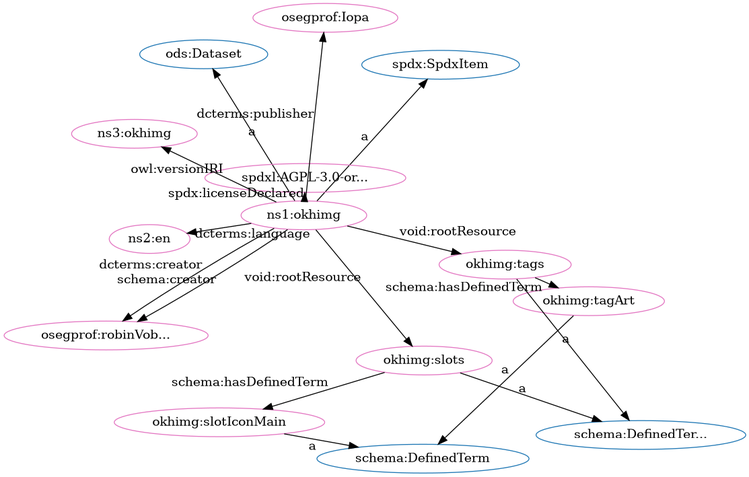
Above: src/spec/fdp_okh-img.png in iop-alliance/OpenKnowHow (Graphviz), before the change. Its source is kept beside it as src/spec/fdp_okh-img.dot.
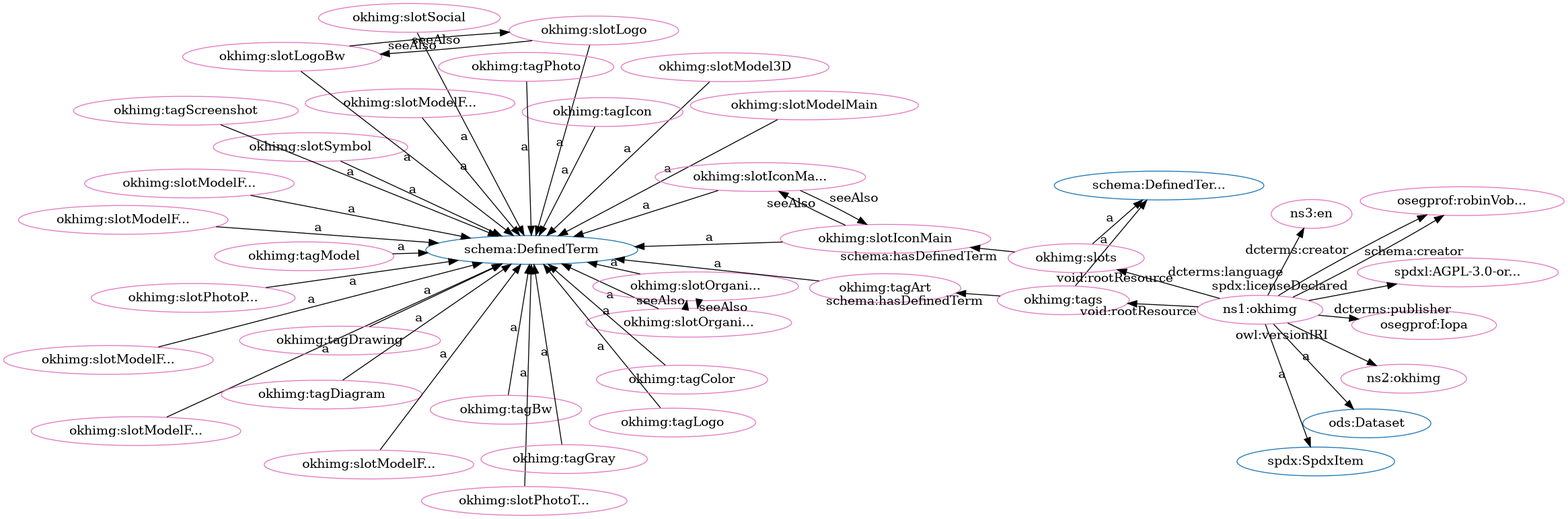
Above is the later version.

Change to the diagram source:
```diff
@@ -1,34 +1,94 @@
 digraph G {
   rankdir=BT
   node[height=.3]
+"http://schema.org/DefinedTermSet" [fillcolor="#1f77b4" color="#1f77b4" label="schema:DefinedTer..."]
 "http://schema.org/DefinedTerm" [fillcolor="#1f77b4" color="#1f77b4" label="schema:DefinedTerm"]
+"http://spdx.org/rdf/terms#SpdxItem" [fillcolor="#1f77b4" color="#1f77b4" label="spdx:SpdxItem"]
 "http://w3id.org/oseg/ont/ods#Dataset" [fillcolor="#1f77b4" color="#1f77b4" label="ods:Dataset"]
-"http://schema.org/DefinedTermSet" [fillcolor="#1f77b4" color="#1f77b4" label="schema:DefinedTer..."]
-"http://spdx.org/rdf/terms#SpdxItem" [fillcolor="#1f77b4" color="#1f77b4" label="spdx:SpdxItem"]
+"http://w3id.org/oseg/ont/okhimg#slotSocial" [fillcolor="#e377c2" color="#e377c2" label="okhimg:slotSocial"]
+"http://w3id.org/oseg/ont/okhimg#tags" [fillcolor="#e377c2" color="#e377c2" label="okhimg:tags"]
+"http://w3id.org/oseg/ont/okhimg#slotModelMain" [fillcolor="#e377c2" color="#e377c2" label="okhimg:slotModelMain"]
+"http://w3id.org/oseg/ont/okhimg#slotIconMain" [fillcolor="#e377c2" color="#e377c2" label="okhimg:slotIconMain"]
+"http://w3id.org/oseg/ont/okhimg#slotModel3D" [fillcolor="#e377c2" color="#e377c2" label="okhimg:slotModel3D"]
+"http://w3id.org/oseg/ont/okhimg#slotModelFromRight" [fillcolor="#e377c2" color="#e377c2" label="okhimg:slotModelF..."]
+"http://w3id.org/oseg/ont/okhimg#tagBw" [fillcolor="#e377c2" color="#e377c2" label="okhimg:tagBw"]
+"http://w3id.org/oseg/ont/oseg-profiles#robinVobruba" [fillcolor="#e377c2" color="#e377c2" label="osegprof:robinVob..."]
+"http://w3id.org/oseg/ont/okhimg#slotModelFromFront" [fillcolor="#e377c2" color="#e377c2" label="okhimg:slotModelF..."]
+"http://w3id.org/oseg/ont/okhimg#slotOrganizationLogoBw" [fillcolor="#e377c2" color="#e377c2" label="okhimg:slotOrgani..."]
 "http://w3id.org/oseg/ont/okhimg" [fillcolor="#e377c2" color="#e377c2" label="ns1:okhimg"]
 "http://spdx.org/licenses/AGPL-3.0-or-later" [fillcolor="#e377c2" color="#e377c2" label="spdxl:AGPL-3.0-or..."]
-"http://id.loc.gov/vocabulary/iso639-1/en" [fillcolor="#e377c2" color="#e377c2" label="ns2:en"]
+"http://w3id.org/oseg/ont/okhimg#tagDrawing" [fillcolor="#e377c2" color="#e377c2" label="okhimg:tagDrawing"]
+"http://w3id.org/oseg/ont/okhimg#slotModelFromAbove" [fillcolor="#e377c2" color="#e377c2" label="okhimg:slotModelF..."]
+"http://w3id.org/oseg/ont/okhimg#slotIconMainBw" [fillcolor="#e377c2" color="#e377c2" label="okhimg:slotIconMa..."]
+"http://w3id.org/oseg/ont/okhimg#slotPhotoThingMain" [fillcolor="#e377c2" color="#e377c2" label="okhimg:slotPhotoT..."]
 "http://w3id.org/oseg/ont/okhimg#tagArt" [fillcolor="#e377c2" color="#e377c2" label="okhimg:tagArt"]
-"http://w3id.org/oseg/ont/oseg-profiles#robinVobruba" [fillcolor="#e377c2" color="#e377c2" label="osegprof:robinVob..."]
+"http://w3id.org/oseg/ont/okhimg#slotLogo" [fillcolor="#e377c2" color="#e377c2" label="okhimg:slotLogo"]
+"http://w3id.org/oseg/ont/okhimg#slotOrganizationLogo" [fillcolor="#e377c2" color="#e377c2" label="okhimg:slotOrgani..."]
+"http://w3id.org/oseg/ont/0.1.0/okhimg" [fillcolor="#e377c2" color="#e377c2" label="ns2:okhimg"]
+"http://w3id.org/oseg/ont/okhimg#tagGray" [fillcolor="#e377c2" color="#e377c2" label="okhimg:tagGray"]
+"http://w3id.org/oseg/ont/okhimg#slotSymbol" [fillcolor="#e377c2" color="#e377c2" label="okhimg:slotSymbol"]
+"http://w3id.org/oseg/ont/okhimg#slotModelFromBack" [fillcolor="#e377c2" color="#e377c2" label="okhimg:slotModelF..."]
+"http://w3id.org/oseg/ont/okhimg#slotPhotoPackaging" [fillcolor="#e377c2" color="#e377c2" label="okhimg:slotPhotoP..."]
+"http://id.loc.gov/vocabulary/iso639-1/en" [fillcolor="#e377c2" color="#e377c2" label="ns3:en"]
+"http://w3id.org/oseg/ont/okhimg#slots" [fillcolor="#e377c2" color="#e377c2" label="okhimg:slots"]
+"http://w3id.org/oseg/ont/okhimg#slotModelFromBelow" [fillcolor="#e377c2" color="#e377c2" label="okhimg:slotModelF..."]
+"http://w3id.org/oseg/ont/okhimg#slotLogoBw" [fillcolor="#e377c2" color="#e377c2" label="okhimg:slotLogoBw"]
+"http://w3id.org/oseg/ont/okhimg#tagLogo" [fillcolor="#e377c2" color="#e377c2" label="okhimg:tagLogo"]
+"http://w3id.org/oseg/ont/okhimg#tagIcon" [fillcolor="#e377c2" color="#e377c2" label="okhimg:tagIcon"]
+"http://w3id.org/oseg/ont/okhimg#tagScreenshot" [fillcolor="#e377c2" color="#e377c2" label="okhimg:tagScreenshot"]
 "http://w3id.org/oseg/ont/oseg-profiles#Iopa" [fillcolor="#e377c2" color="#e377c2" label="osegprof:Iopa"]
-"http://w3id.org/oseg/ont/okhimg#slotIconMain" [fillcolor="#e377c2" color="#e377c2" label="okhimg:slotIconMain"]
-"http://w3id.org/oseg/ont/okhimg#slots" [fillcolor="#e377c2" color="#e377c2" label="okhimg:slots"]
-"http://w3id.org/oseg/ont/okhimg#tags" [fillcolor="#e377c2" color="#e377c2" label="okhimg:tags"]
-"http://w3id.org/oseg/ont/0.1.0/okhimg" [fillcolor="#e377c2" color="#e377c2" label="ns3:okhimg"]
+"http://w3id.org/oseg/ont/okhimg#tagPhoto" [fillcolor="#e377c2" color="#e377c2" label="okhimg:tagPhoto"]
+"http://w3id.org/oseg/ont/okhimg#tagModel" [fillcolor="#e377c2" color="#e377c2" label="okhimg:tagModel"]
+"http://w3id.org/oseg/ont/okhimg#tagDiagram" [fillcolor="#e377c2" color="#e377c2" label="okhimg:tagDiagram"]
+"http://w3id.org/oseg/ont/okhimg#slotModelFromLeft" [fillcolor="#e377c2" color="#e377c2" label="okhimg:slotModelF..."]
+"http://w3id.org/oseg/ont/okhimg#tagColor" [fillcolor="#e377c2" color="#e377c2" label="okhimg:tagColor"]
+  "http://w3id.org/oseg/ont/okhimg#slotSocial" -> "http://schema.org/DefinedTerm" [label="a"]
+  "http://w3id.org/oseg/ont/okhimg#tags" -> "http://schema.org/DefinedTermSet" [label="a"]
+  "http://w3id.org/oseg/ont/okhimg#slotModelMain" -> "http://schema.org/DefinedTerm" [label="a"]
+  "http://w3id.org/oseg/ont/okhimg#slotIconMain" -> "http://schema.org/DefinedTerm" [label="a"]
+  "http://w3id.org/oseg/ont/okhimg#slotModel3D" -> "http://schema.org/DefinedTerm" [label="a"]
+  "http://w3id.org/oseg/ont/okhimg#slotModelFromRight" -> "http://schema.org/DefinedTerm" [label="a"]
+  "http://w3id.org/oseg/ont/okhimg#tagBw" -> "http://schema.org/DefinedTerm" [label="a"]
+  "http://w3id.org/oseg/ont/okhimg" -> "http://w3id.org/oseg/ont/oseg-profiles#robinVobruba" [label="dcterms:creator"]
+  "http://w3id.org/oseg/ont/okhimg#slotModelFromFront" -> "http://schema.org/DefinedTerm" [label="a"]
+  "http://w3id.org/oseg/ont/okhimg#slotOrganizationLogo" -> "http://w3id.org/oseg/ont/okhimg#slotOrganizationLogoBw" [label="seeAlso"]
   "http://w3id.org/oseg/ont/okhimg" -> "http://w3id.org/oseg/ont/ods#Dataset" [label="a"]
   "http://w3id.org/oseg/ont/okhimg" -> "http://spdx.org/licenses/AGPL-3.0-or-later" [label="spdx:licenseDeclared"]
+  "http://w3id.org/oseg/ont/okhimg#tagDrawing" -> "http://schema.org/DefinedTerm" [label="a"]
+  "http://w3id.org/oseg/ont/okhimg#slotModelFromAbove" -> "http://schema.org/DefinedTerm" [label="a"]
+  "http://w3id.org/oseg/ont/okhimg#slotIconMain" -> "http://w3id.org/oseg/ont/okhimg#slotIconMainBw" [label="seeAlso"]
+  "http://w3id.org/oseg/ont/okhimg#slotPhotoThingMain" -> "http://schema.org/DefinedTerm" [label="a"]
+  "http://w3id.org/oseg/ont/okhimg#slotIconMainBw" -> "http://schema.org/DefinedTerm" [label="a"]
+  "http://w3id.org/oseg/ont/okhimg#slotIconMainBw" -> "http://w3id.org/oseg/ont/okhimg#slotIconMain" [label="seeAlso"]
+  "http://w3id.org/oseg/ont/okhimg#tags" -> "http://w3id.org/oseg/ont/okhimg#tagArt" [label="schema:hasDefinedTerm"]
+  "http://w3id.org/oseg/ont/okhimg#slotLogoBw" -> "http://w3id.org/oseg/ont/okhimg#slotLogo" [label="seeAlso"]
+  "http://w3id.org/oseg/ont/okhimg#slotOrganizationLogoBw" -> "http://schema.org/DefinedTerm" [label="a"]
+  "http://w3id.org/oseg/ont/okhimg#slotOrganizationLogo" -> "http://schema.org/DefinedTerm" [label="a"]
+  "http://w3id.org/oseg/ont/okhimg#slotLogo" -> "http://schema.org/DefinedTerm" [label="a"]
+  "http://w3id.org/oseg/ont/okhimg" -> "http://w3id.org/oseg/ont/0.1.0/okhimg" [label="owl:versionIRI"]
+  "http://w3id.org/oseg/ont/okhimg#tagArt" -> "http://schema.org/DefinedTerm" [label="a"]
+  "http://w3id.org/oseg/ont/okhimg#tagGray" -> "http://schema.org/DefinedTerm" [label="a"]
+  "http://w3id.org/oseg/ont/okhimg#slotSymbol" -> "http://schema.org/DefinedTerm" [label="a"]
+  "http://w3id.org/oseg/ont/okhimg" -> "http://spdx.org/rdf/terms#SpdxItem" [label="a"]
+  "http://w3id.org/oseg/ont/okhimg#slotModelFromBack" -> "http://schema.org/DefinedTerm" [label="a"]
+  "http://w3id.org/oseg/ont/okhimg#slotPhotoPackaging" -> "http://schema.org/DefinedTerm" [label="a"]
   "http://w3id.org/oseg/ont/okhimg" -> "http://id.loc.gov/vocabulary/iso639-1/en" [label="dcterms:language"]
-  "http://w3id.org/oseg/ont/okhimg" -> "http://spdx.org/rdf/terms#SpdxItem" [label="a"]
-  "http://w3id.org/oseg/ont/okhimg#tagArt" -> "http://schema.org/DefinedTerm" [label="a"]
+  "http://w3id.org/oseg/ont/okhimg" -> "http://w3id.org/oseg/ont/okhimg#slots" [label="void:rootResource"]
+  "http://w3id.org/oseg/ont/okhimg" -> "http://w3id.org/oseg/ont/okhimg#tags" [label="void:rootResource"]
+  "http://w3id.org/oseg/ont/okhimg#slotModelFromBelow" -> "http://schema.org/DefinedTerm" [label="a"]
+  "http://w3id.org/oseg/ont/okhimg#slotLogoBw" -> "http://schema.org/DefinedTerm" [label="a"]
+  "http://w3id.org/oseg/ont/okhimg#slots" -> "http://schema.org/DefinedTermSet" [label="a"]
+  "http://w3id.org/oseg/ont/okhimg#tagLogo" -> "http://schema.org/DefinedTerm" [label="a"]
+  "http://w3id.org/oseg/ont/okhimg#tagIcon" -> "http://schema.org/DefinedTerm" [label="a"]
+  "http://w3id.org/oseg/ont/okhimg#slotOrganizationLogoBw" -> "http://w3id.org/oseg/ont/okhimg#slotOrganizationLogo" [label="seeAlso"]
+  "http://w3id.org/oseg/ont/okhimg#tagScreenshot" -> "http://schema.org/DefinedTerm" [label="a"]
   "http://w3id.org/oseg/ont/okhimg" -> "http://w3id.org/oseg/ont/oseg-profiles#robinVobruba" [label="schema:creator"]
-  "http://w3id.org/oseg/ont/okhimg#tags" -> "http://w3id.org/oseg/ont/okhimg#tagArt" [label="schema:hasDefinedTerm"]
+  "http://w3id.org/oseg/ont/okhimg#slotLogo" -> "http://w3id.org/oseg/ont/okhimg#slotLogoBw" [label="seeAlso"]
   "http://w3id.org/oseg/ont/okhimg" -> "http://w3id.org/oseg/ont/oseg-profiles#Iopa" [label="dcterms:publisher"]
+  "http://w3id.org/oseg/ont/okhimg#tagPhoto" -> "http://schema.org/DefinedTerm" [label="a"]
   "http://w3id.org/oseg/ont/okhimg#slots" -> "http://w3id.org/oseg/ont/okhimg#slotIconMain" [label="schema:hasDefinedTerm"]
-  "http://w3id.org/oseg/ont/okhimg#slots" -> "http://schema.org/DefinedTermSet" [label="a"]
-  "http://w3id.org/oseg/ont/okhimg" -> "http://w3id.org/oseg/ont/okhimg#tags" [label="void:rootResource"]
-  "http://w3id.org/oseg/ont/okhimg#tags" -> "http://schema.org/DefinedTermSet" [label="a"]
-  "http://w3id.org/oseg/ont/okhimg#slotIconMain" -> "http://schema.org/DefinedTerm" [label="a"]
-  "http://w3id.org/oseg/ont/okhimg" -> "http://w3id.org/oseg/ont/0.1.0/okhimg" [label="owl:versionIRI"]
-  "http://w3id.org/oseg/ont/okhimg" -> "http://w3id.org/oseg/ont/oseg-profiles#robinVobruba" [label="dcterms:creator"]
-  "http://w3id.org/oseg/ont/okhimg" -> "http://w3id.org/oseg/ont/okhimg#slots" [label="void:rootResource"]
+  "http://w3id.org/oseg/ont/okhimg#tagModel" -> "http://schema.org/DefinedTerm" [label="a"]
+  "http://w3id.org/oseg/ont/okhimg#tagDiagram" -> "http://schema.org/DefinedTerm" [label="a"]
+  "http://w3id.org/oseg/ont/okhimg#slotModelFromLeft" -> "http://schema.org/DefinedTerm" [label="a"]
+  "http://w3id.org/oseg/ont/okhimg#tagColor" -> "http://schema.org/DefinedTerm" [label="a"]
 }
```
